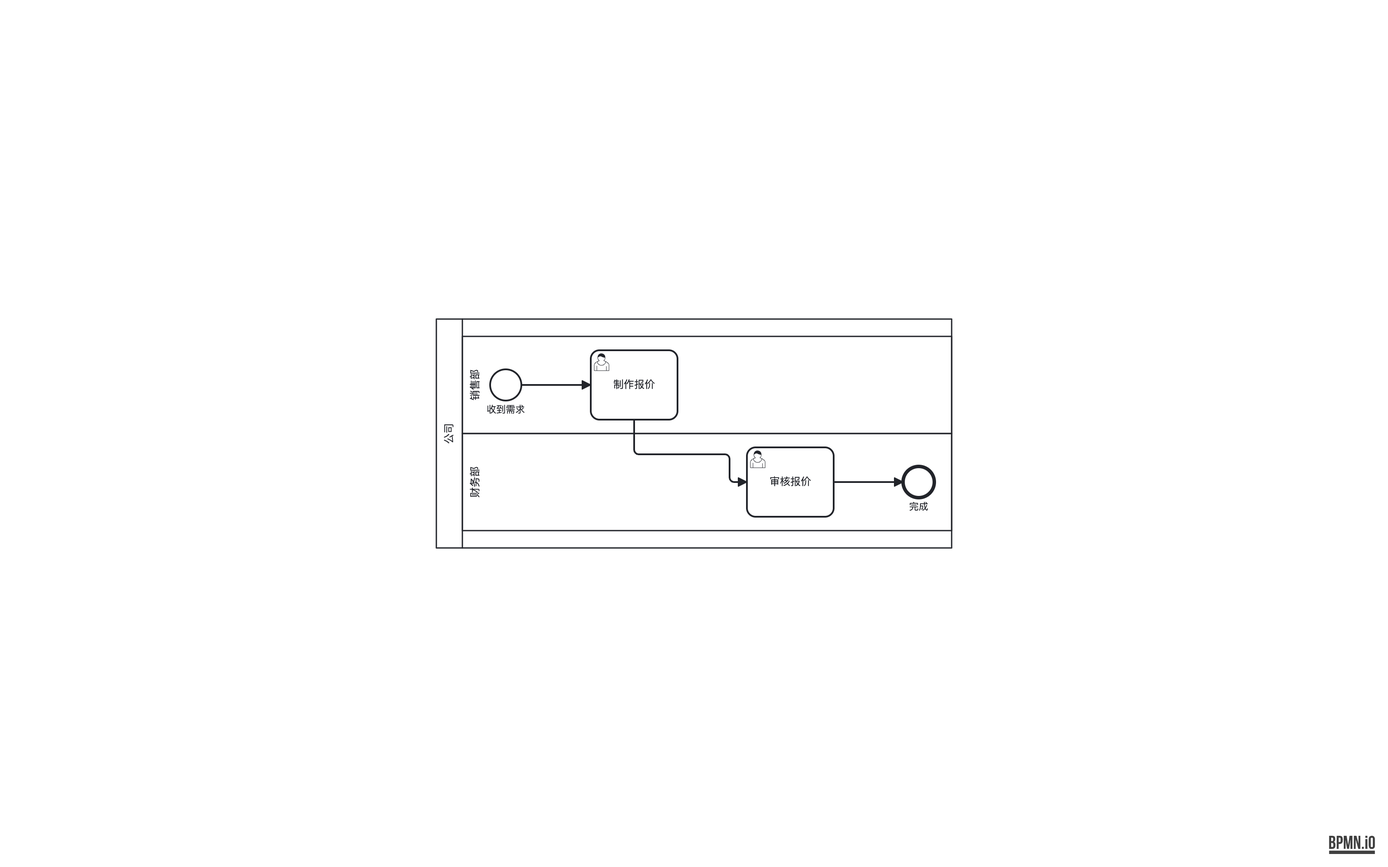
LcpMarvel/tramito-layout keeps this BPMN diagram as out-bpmn-png/26-collaboration-lanes.png. Above is the earlier version. Its source is kept beside it as out-xml/26-collaboration-lanes.bpmn. Ids are renumbered. Its diagram source:
```xml
<bpmn:definitions xmlns:bpmn="http://www.omg.org/spec/BPMN/20100524/MODEL" xmlns:bpmndi="http://www.omg.org/spec/BPMN/20100524/DI" xmlns:dc="http://www.omg.org/spec/DD/20100524/DC" xmlns:di="http://www.omg.org/spec/DD/20100524/DI" id="definitions_collab_lanes" targetNamespace="http://example.com/test-collab-lanes" exporter="ELK-BPMN Test Generator" exporterVersion="1.0">
  <bpmn:collaboration id="collaboration_1" name="泳道示例">
    <bpmn:participant id="pool_company" name="公司" processRef="process_company" />
  </bpmn:collaboration>
  <bpmn:process id="process_company" name="公司" isExecutable="true">
    <bpmn:laneSet id="LaneSet_1">
      <bpmn:lane id="lane_sales" name="销售部">
        <bpmn:flowNodeRef>start_1</bpmn:flowNodeRef>
        <bpmn:flowNodeRef>task_quote</bpmn:flowNodeRef>
      </bpmn:lane>
      <bpmn:lane id="lane_finance" name="财务部">
        <bpmn:flowNodeRef>task_review</bpmn:flowNodeRef>
        <bpmn:flowNodeRef>end_1</bpmn:flowNodeRef>
      </bpmn:lane>
    </bpmn:laneSet>
    <bpmn:startEvent id="start_1" name="收到需求">
      <bpmn:outgoing>flow_1</bpmn:outgoing>
    </bpmn:startEvent>
    <bpmn:userTask id="task_quote" name="制作报价">
      <bpmn:incoming>flow_1</bpmn:incoming>
      <bpmn:outgoing>flow_2</bpmn:outgoing>
    </bpmn:userTask>
    <bpmn:userTask id="task_review" name="审核报价">
      <bpmn:incoming>flow_2</bpmn:incoming>
      <bpmn:outgoing>flow_3</bpmn:outgoing>
    </bpmn:userTask>
    <bpmn:endEvent id="end_1" name="完成">
      <bpmn:incoming>flow_3</bpmn:incoming>
    </bpmn:endEvent>
    <bpmn:sequenceFlow id="flow_1" sourceRef="start_1" targetRef="task_quote" />
    <bpmn:sequenceFlow id="flow_2" sourceRef="task_quote" targetRef="task_review" />
    <bpmn:sequenceFlow id="flow_3" sourceRef="task_review" targetRef="end_1" />
  </bpmn:process>
  <bpmndi:BPMNDiagram id="BPMNDiagram_definitions_collab_lanes" name="BPMNDiagram">
    <bpmndi:BPMNPlane id="BPMNPlane_definitions_collab_lanes" bpmnElement="collaboration_1">
      <bpmndi:BPMNShape id="collaboration_1_di" bpmnElement="collaboration_1">
        <dc:Bounds x="0" y="0" width="594" height="264" />
      </bpmndi:BPMNShape>
      <bpmndi:BPMNShape id="pool_company_di" bpmnElement="pool_company" isHorizontal="true">
        <dc:Bounds x="0" y="0" width="594" height="264" />
      </bpmndi:BPMNShape>
      <bpmndi:BPMNShape id="lane_sales_di" bpmnElement="lane_sales" isHorizontal="true">
        <dc:Bounds x="30" y="20" width="564" height="112" />
      </bpmndi:BPMNShape>
      <bpmndi:BPMNShape id="start_1_di" bpmnElement="start_1">
        <dc:Bounds x="62" y="58" width="36" height="36" />
        <bpmndi:BPMNLabel>
          <dc:Bounds x="30" y="98" width="100" height="14" />
        </bpmndi:BPMNLabel>
      </bpmndi:BPMNShape>
      <bpmndi:BPMNShape id="task_quote_di" bpmnElement="task_quote">
        <dc:Bounds x="178" y="36" width="100" height="80" />
      </bpmndi:BPMNShape>
      <bpmndi:BPMNShape id="lane_finance_di" bpmnElement="lane_finance" isHorizontal="true">
        <dc:Bounds x="30" y="132" width="564" height="112" />
      </bpmndi:BPMNShape>
      <bpmndi:BPMNShape id="task_review_di" bpmnElement="task_review">
        <dc:Bounds x="358" y="148" width="100" height="80" />
      </bpmndi:BPMNShape>
      <bpmndi:BPMNShape id="end_1_di" bpmnElement="end_1">
        <dc:Bounds x="538" y="170" width="36" height="36" />
        <bpmndi:BPMNLabel>
          <dc:Bounds x="506" y="210" width="100" height="14" />
        </bpmndi:BPMNLabel>
      </bpmndi:BPMNShape>
      <bpmndi:BPMNEdge id="flow_1_di" bpmnElement="flow_1">
        <di:waypoint x="98" y="76" />
        <di:waypoint x="178" y="76" />
      </bpmndi:BPMNEdge>
      <bpmndi:BPMNEdge id="flow_2_di" bpmnElement="flow_2">
        <di:waypoint x="228" y="116" />
        <di:waypoint x="228" y="156" />
        <di:waypoint x="338" y="156" />
        <di:waypoint x="338" y="188" />
        <di:waypoint x="358" y="188" />
      </bpmndi:BPMNEdge>
      <bpmndi:BPMNEdge id="flow_3_di" bpmnElement="flow_3">
        <di:waypoint x="458" y="188" />
        <di:waypoint x="538" y="188" />
      </bpmndi:BPMNEdge>
    </bpmndi:BPMNPlane>
  </bpmndi:BPMNDiagram>
</bpmn:definitions>
```
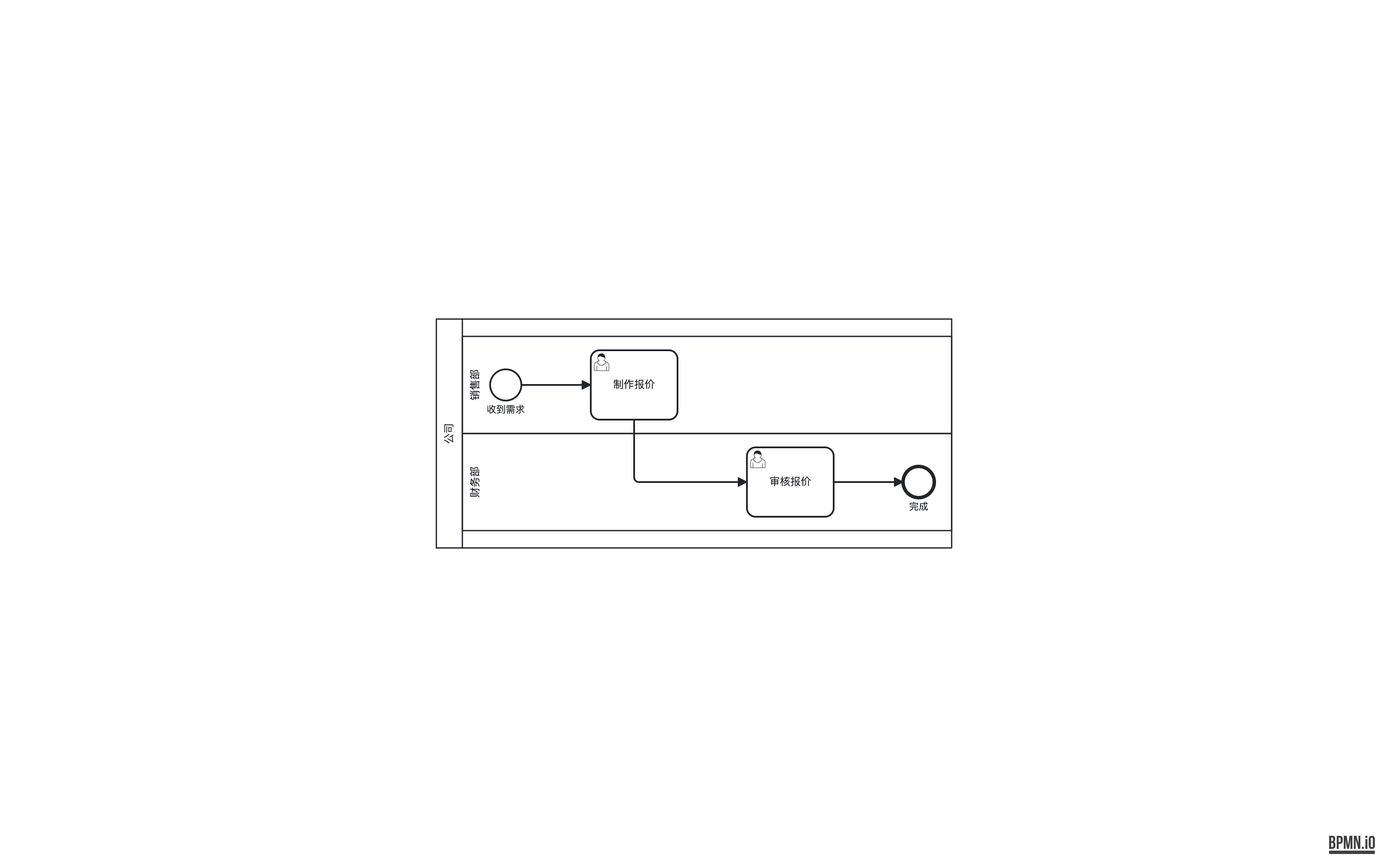
After the change.

The edit, as a diff of the source:
```diff
@@ -69,9 +69,7 @@
       </bpmndi:BPMNEdge>
       <bpmndi:BPMNEdge id="flow_2_di" bpmnElement="flow_2">
         <di:waypoint x="228" y="116" />
-        <di:waypoint x="228" y="156" />
-        <di:waypoint x="338" y="156" />
-        <di:waypoint x="338" y="188" />
+        <di:waypoint x="228" y="188" />
         <di:waypoint x="358" y="188" />
       </bpmndi:BPMNEdge>
       <bpmndi:BPMNEdge id="flow_3_di" bpmnElement="flow_3">
```
